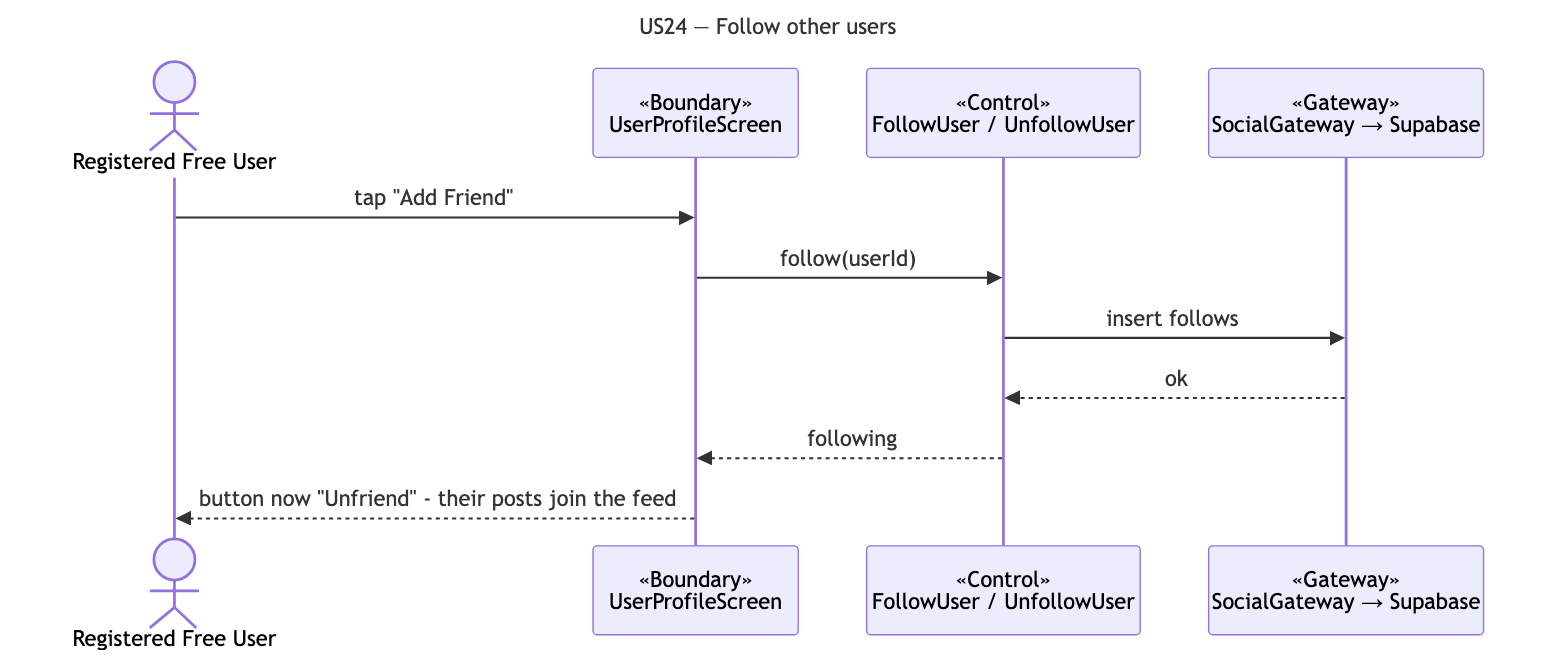
This is docs/deliverables/sequence-diagrams/US24-follow-users.png from cyuanjun/FYP-26-S2-37-app, a Mermaid export, as it was before one commit. Its source is kept beside it as docs/deliverables/sequence-diagrams/src/US24-follow-users.mmd.
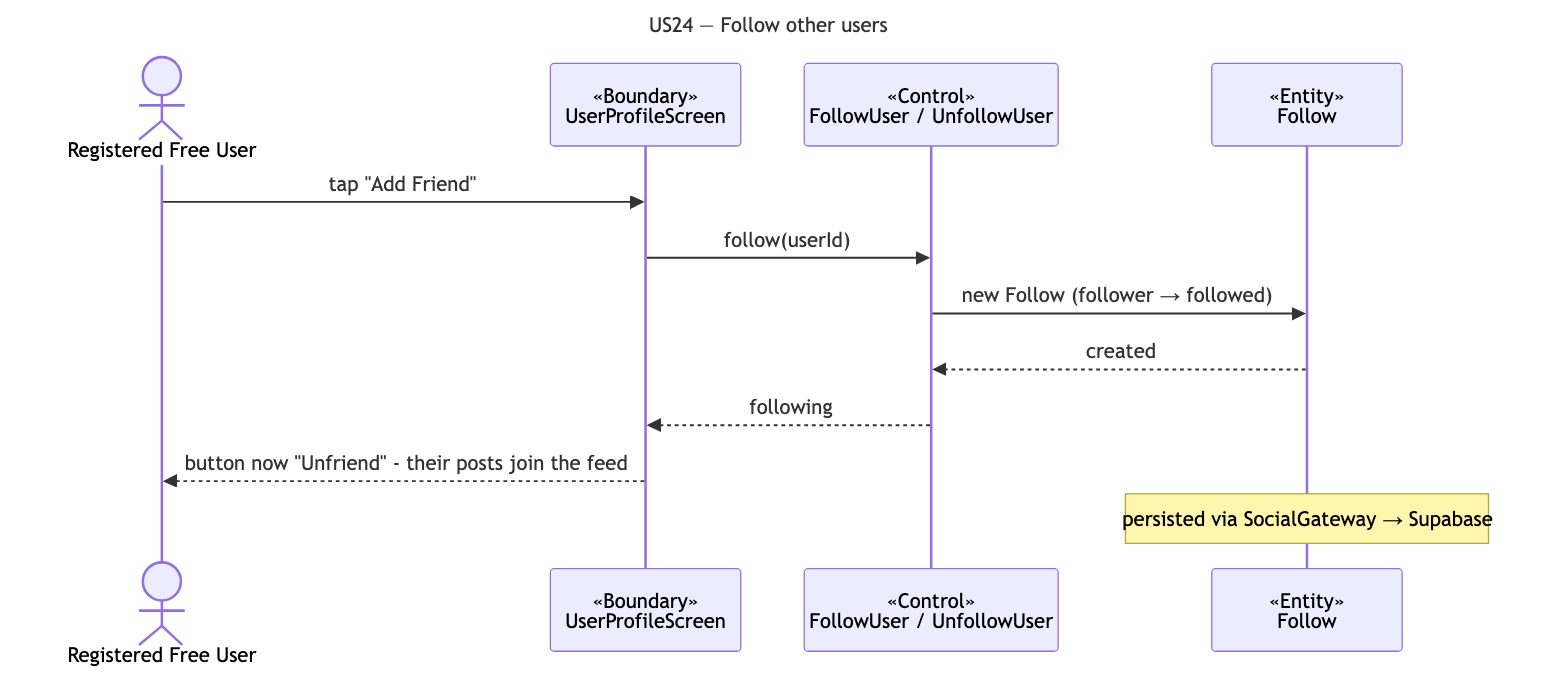
Above is the later version.

What changed in the source:
```diff
@@ -5,10 +5,11 @@
   actor A as Registered Free User
   participant B as «Boundary»<br/>UserProfileScreen
   participant C as «Control»<br/>FollowUser / UnfollowUser
-  participant G as «Gateway»<br/>SocialGateway → Supabase
+  participant E as «Entity»<br/>Follow
   A->>B: tap "Add Friend"
   B->>C: follow(userId)
-  C->>G: insert follows
-  G-->>C: ok
+  C->>E: new Follow (follower → followed)
+  E-->>C: created
   C-->>B: following
   B-->>A: button now "Unfriend" - their posts join the feed
+  note over E: persisted via SocialGateway → Supabase
```
